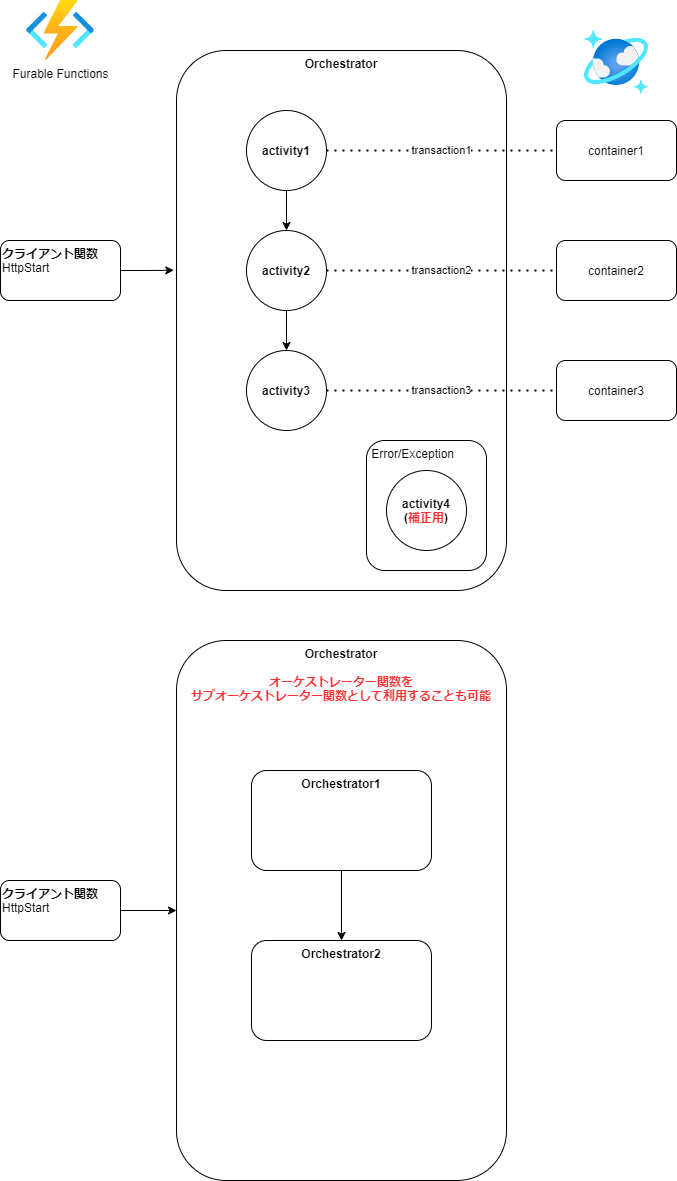
APCt-okuyama/az-func-learn keeps this draw.io diagram as Training1_Sample_App/Training1.png. Above is the earlier version. Source tidied: cells renumbered, new cells last; positions are measured from the earlier drawing's top-left corner, leaving out a move shared by most shapes.
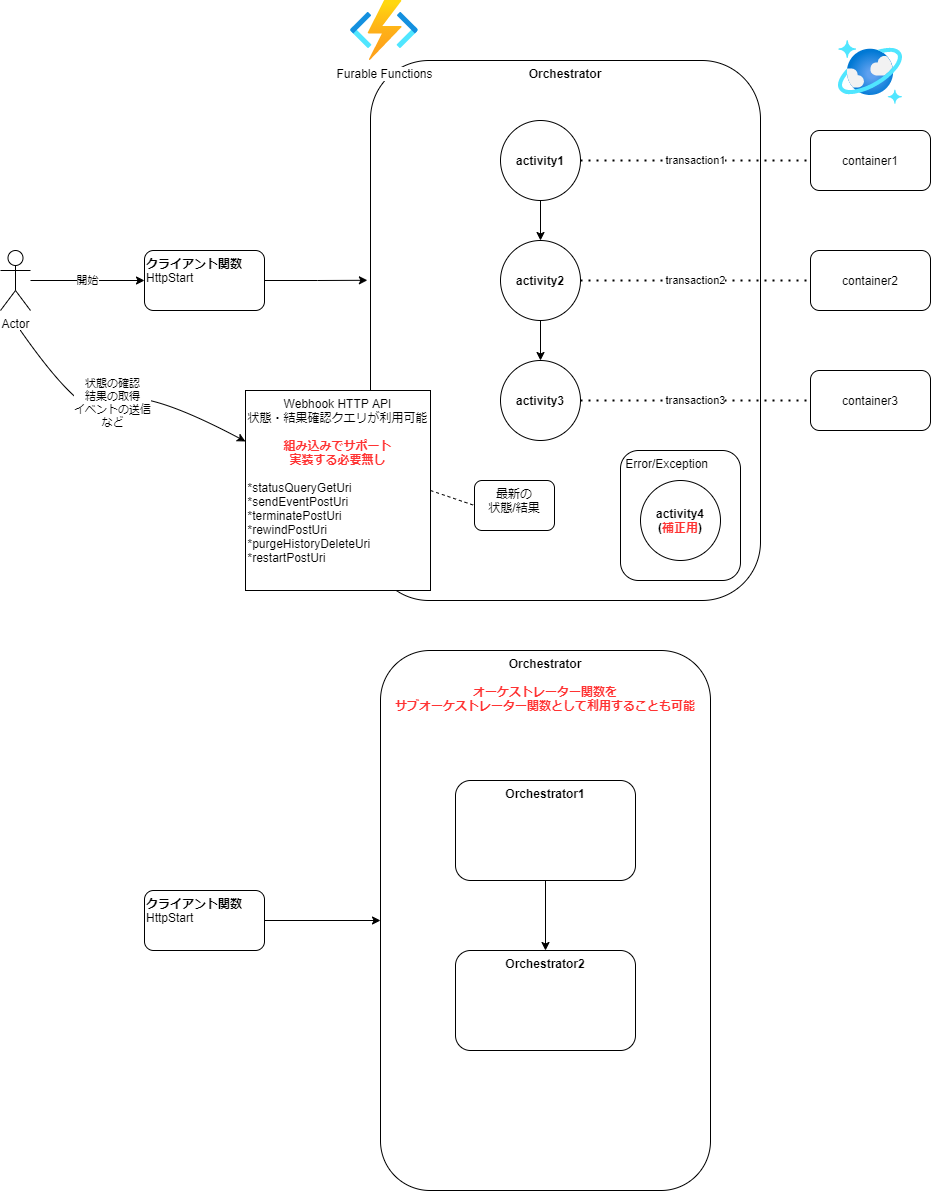
The same file after the commit.

Diff of the diagram source:
```diff
@@ -3,13 +3,13 @@
     <mxCell id="0" />
     <mxCell id="1" parent="0" />
     <mxCell id="2" value="&lt;b&gt;Orchestrator&lt;/b&gt;" style="rounded=1;whiteSpace=wrap;html=1;align=center;verticalAlign=top;" parent="1" vertex="1">
-      <mxGeometry x="176" y="50" width="330" height="540" as="geometry" />
+      <mxGeometry x="116" y="50" width="390" height="540" as="geometry" />
     </mxCell>
     <mxCell id="3" style="html=1;align=center;image;fontSize=12;image=img/lib/azure2/databases/Azure_Cosmos_DB.svg;" parent="1" vertex="1">
       <mxGeometry x="584" y="30" width="64" height="64" as="geometry" />
     </mxCell>
     <mxCell id="4" value="Furable Functions" style="html=1;align=center;image;fontSize=12;image=img/lib/azure2/compute/Function_Apps.svg;" parent="1" vertex="1">
-      <mxGeometry x="26" width="68" height="60" as="geometry" />
+      <mxGeometry x="96" y="-10" width="68" height="60" as="geometry" />
     </mxCell>
     <mxCell id="5" value="container1" style="rounded=1;whiteSpace=wrap;html=1;" parent="1" vertex="1">
       <mxGeometry x="556" y="120" width="120" height="60" as="geometry" />
@@ -54,25 +54,49 @@
       <mxGeometry relative="1" as="geometry" />
     </mxCell>
     <mxCell id="19" value="&lt;b&gt;クライアント関数&lt;/b&gt;&lt;br&gt;HttpStart&lt;br&gt;" style="rounded=1;whiteSpace=wrap;html=1;align=left;verticalAlign=top;" parent="1" vertex="1">
-      <mxGeometry y="240" width="120" height="60" as="geometry" />
+      <mxGeometry x="-110" y="240" width="120" height="60" as="geometry" />
     </mxCell>
     <mxCell id="20" value="&lt;b&gt;Orchestrator&lt;br&gt;&lt;br&gt;&lt;font color=&quot;#ff3333&quot;&gt;オーケストレーター関数を&lt;br&gt;サブオーケストレーター関数として利用することも可能&lt;/font&gt;&lt;br&gt;&lt;/b&gt;" style="rounded=1;whiteSpace=wrap;html=1;align=center;verticalAlign=top;" parent="1" vertex="1">
-      <mxGeometry x="176" y="640" width="330" height="540" as="geometry" />
+      <mxGeometry x="126" y="640" width="330" height="540" as="geometry" />
     </mxCell>
     <mxCell id="21" style="edgeStyle=orthogonalEdgeStyle;rounded=0;jettySize=auto;html=1;" parent="1" edge="1" source="22" target="20">
       <mxGeometry relative="1" as="geometry" />
     </mxCell>
     <mxCell id="22" value="&lt;b&gt;クライアント関数&lt;/b&gt;&lt;br&gt;HttpStart&lt;br&gt;" style="rounded=1;whiteSpace=wrap;html=1;align=left;verticalAlign=top;" parent="1" vertex="1">
-      <mxGeometry y="880" width="120" height="60" as="geometry" />
+      <mxGeometry x="-110" y="880" width="120" height="60" as="geometry" />
     </mxCell>
     <mxCell id="23" style="edgeStyle=orthogonalEdgeStyle;rounded=0;jettySize=auto;html=1;entryX=0.5;entryY=0;entryDx=0;entryDy=0;" parent="1" edge="1" source="24" target="25">
       <mxGeometry relative="1" as="geometry" />
     </mxCell>
     <mxCell id="24" value="&lt;b&gt;Orchestrator1&lt;/b&gt;" style="rounded=1;whiteSpace=wrap;html=1;align=center;verticalAlign=top;" parent="1" vertex="1">
-      <mxGeometry x="251" y="770" width="180" height="100" as="geometry" />
+      <mxGeometry x="201" y="770" width="180" height="100" as="geometry" />
     </mxCell>
     <mxCell id="25" value="&lt;b&gt;Orchestrator2&lt;/b&gt;" style="rounded=1;whiteSpace=wrap;html=1;align=center;verticalAlign=top;" parent="1" vertex="1">
-      <mxGeometry x="251" y="940" width="180" height="100" as="geometry" />
+      <mxGeometry x="201" y="940" width="180" height="100" as="geometry" />
     </mxCell>
+    <mxCell id="26" value="Webhook HTTP API&lt;br&gt;状態・結果確認クエリが利用可能&lt;br&gt;&lt;b&gt;&lt;font color=&quot;#ff3333&quot;&gt;&lt;br&gt;組み込みでサポート&lt;br&gt;実装する必要無し&lt;/font&gt;&lt;/b&gt;&lt;br&gt;&lt;br&gt;&lt;div style=&quot;text-align: left&quot;&gt;&lt;span&gt;*statusQueryGetUri&lt;/span&gt;&lt;/div&gt;&lt;div style=&quot;text-align: left&quot;&gt;&lt;span&gt;*sendEventPostUri&lt;/span&gt;&lt;/div&gt;&lt;div style=&quot;text-align: left&quot;&gt;&lt;span&gt;*terminatePostUri&lt;/span&gt;&lt;/div&gt;&lt;div style=&quot;text-align: left&quot;&gt;&lt;span&gt;*rewindPostUri&lt;/span&gt;&lt;/div&gt;&lt;div style=&quot;text-align: left&quot;&gt;&lt;span&gt;*purgeHistoryDeleteUri&lt;/span&gt;&lt;/div&gt;&lt;div style=&quot;text-align: left&quot;&gt;&lt;span&gt;*restartPostUri&lt;/span&gt;&lt;/div&gt;" style="rounded=0;whiteSpace=wrap;html=1;verticalAlign=top;" parent="1" vertex="1">
+      <mxGeometry x="-9" y="380" width="185" height="200" as="geometry" />
+    </mxCell>
+    <mxCell id="27" value="開始" style="edgeStyle=orthogonalEdgeStyle;rounded=0;jettySize=auto;html=1;" parent="1" edge="1" source="28" target="19">
+      <mxGeometry relative="1" as="geometry" />
+    </mxCell>
+    <mxCell id="28" value="Actor" style="shape=umlActor;verticalLabelPosition=bottom;verticalAlign=top;html=1;outlineConnect=0;" parent="1" vertex="1">
+      <mxGeometry x="-254" y="240" width="30" height="60" as="geometry" />
+    </mxCell>
+    <mxCell id="29" value="状態の確認&lt;br&gt;結果の取得&lt;br&gt;イベントの送信&lt;br&gt;など" style="curved=1;endArrow=classic;html=1;" parent="1" edge="1" target="26">
+      <mxGeometry relative="1" as="geometry">
+        <mxPoint x="-234" y="320" as="sourcePoint" />
+        <Array as="points">
+          <mxPoint x="-164" y="420" />
+          <mxPoint x="-124" y="370" />
+        </Array>
+      </mxGeometry>
+    </mxCell>
+    <mxCell id="30" value="最新の&lt;br&gt;状態/結果" style="rounded=1;whiteSpace=wrap;html=1;verticalAlign=top;" parent="1" vertex="1">
+      <mxGeometry x="220" y="470" width="80" height="50" as="geometry" />
+    </mxCell>
+    <mxCell id="31" style="endArrow=none;dashed=1;html=1;exitX=1;exitY=0.5;exitDx=0;exitDy=0;entryX=0;entryY=0.5;entryDx=0;entryDy=0;" parent="1" edge="1" source="26" target="30">
+      <mxGeometry relative="1" as="geometry" />
+    </mxCell>
   </root>
 </mxGraphModel>
```
